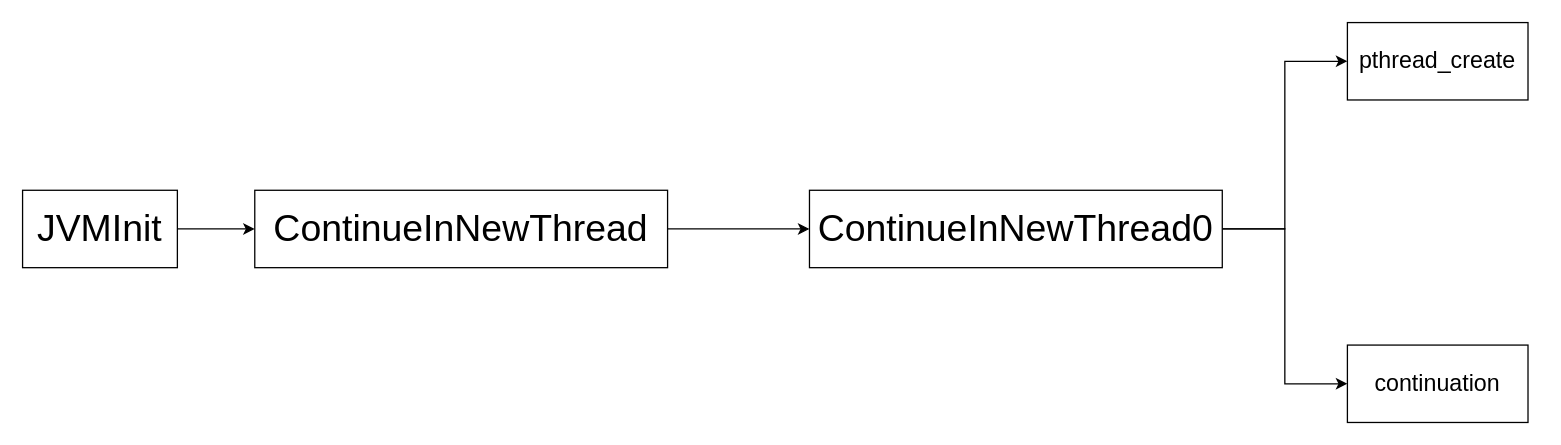
jiang007007/DesignPatterns keeps this draw.io diagram as JVM.drawio. Above is the earlier version. Source tidied: cells renumbered, new cells numbered last; positions are measured from the earlier drawing's top-left corner, leaving out a move shared by most shapes. Both pictures are drawn from the tidied source at 129%, with x=0, y=0 at pixel (22, 22).
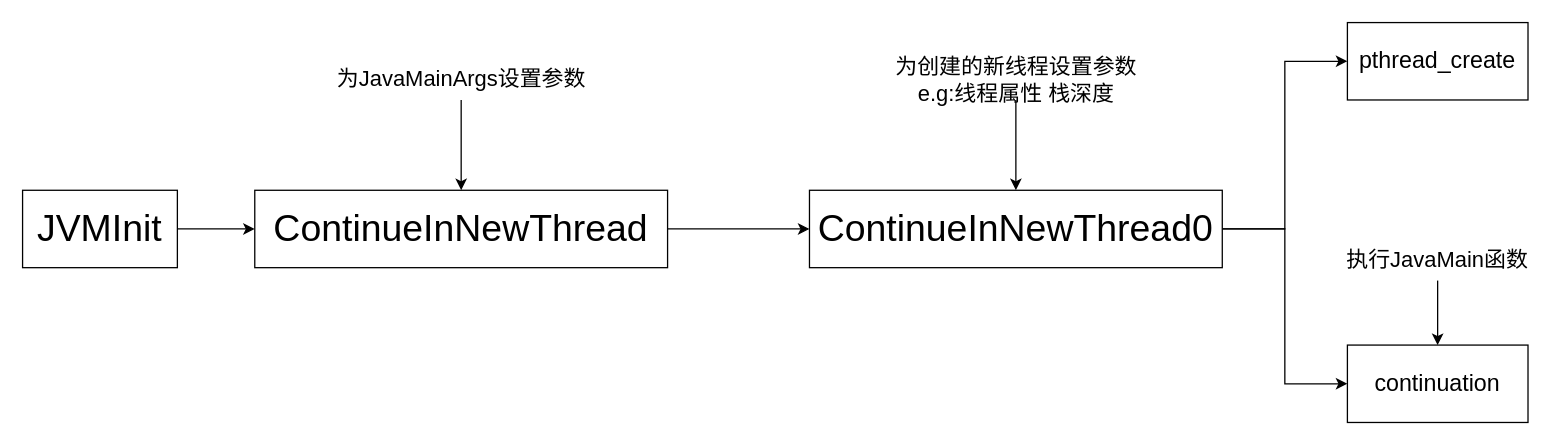
After the change.

Diff of the diagram source:
```diff
@@
 <mxGraphModel>
   <root>
     <mxCell id="0" />
     <mxCell id="1" parent="0" />
     <mxCell id="2" style="edgeStyle=orthogonalEdgeStyle;rounded=0;jettySize=auto;html=1;exitX=1;exitY=0.5;exitDx=0;exitDy=0;" parent="1" edge="1" source="3" target="5">
       <mxGeometry relative="1" as="geometry" />
     </mxCell>
     <mxCell id="3" value="&lt;font style=&quot;font-size: 29px;&quot;&gt;JVMInit&lt;/font&gt;" style="rounded=0;whiteSpace=wrap;html=1;" parent="1" vertex="1">
       <mxGeometry y="130" width="120" height="60" as="geometry" />
     </mxCell>
     <mxCell id="4" style="edgeStyle=orthogonalEdgeStyle;rounded=0;jettySize=auto;html=1;exitX=1;exitY=0.5;exitDx=0;exitDy=0;" parent="1" edge="1" source="5" target="8">
       <mxGeometry relative="1" as="geometry" />
     </mxCell>
     <mxCell id="5" value="&lt;font style=&quot;font-size: 29px;&quot;&gt;ContinueInNewThread&lt;/font&gt;" style="rounded=0;whiteSpace=wrap;html=1;" parent="1" vertex="1">
       <mxGeometry x="180" y="130" width="320" height="60" as="geometry" />
     </mxCell>
     <mxCell id="6" style="edgeStyle=orthogonalEdgeStyle;rounded=0;jettySize=auto;html=1;exitX=1;exitY=0.5;exitDx=0;exitDy=0;entryX=0;entryY=0.5;entryDx=0;entryDy=0;" parent="1" edge="1" source="8" target="9">
       <mxGeometry relative="1" as="geometry" />
     </mxCell>
     <mxCell id="7" style="edgeStyle=orthogonalEdgeStyle;rounded=0;jettySize=auto;html=1;exitX=1;exitY=0.5;exitDx=0;exitDy=0;entryX=0;entryY=0.5;entryDx=0;entryDy=0;" parent="1" edge="1" source="8" target="10">
       <mxGeometry relative="1" as="geometry" />
     </mxCell>
     <mxCell id="8" value="&lt;font style=&quot;font-size: 29px;&quot;&gt;ContinueInNewThread0&lt;/font&gt;" style="rounded=0;whiteSpace=wrap;html=1;" parent="1" vertex="1">
       <mxGeometry x="610" y="130" width="320" height="60" as="geometry" />
     </mxCell>
     <mxCell id="9" value="&lt;font style=&quot;font-size: 18px;&quot;&gt;pthread_create&lt;/font&gt;" style="rounded=0;whiteSpace=wrap;html=1;" parent="1" vertex="1">
       <mxGeometry x="1027" width="140" height="60" as="geometry" />
     </mxCell>
     <mxCell id="10" value="&lt;font style=&quot;font-size: 18px;&quot;&gt;continuation&lt;/font&gt;" style="rounded=0;whiteSpace=wrap;html=1;" parent="1" vertex="1">
       <mxGeometry x="1027" y="250" width="140" height="60" as="geometry" />
     </mxCell>
+    <mxCell id="11" style="edgeStyle=orthogonalEdgeStyle;rounded=0;jettySize=auto;html=1;exitX=0.5;exitY=1;exitDx=0;exitDy=0;" parent="1" edge="1" source="12" target="5">
+      <mxGeometry relative="1" as="geometry" />
+    </mxCell>
+    <mxCell id="12" value="&lt;font style=&quot;font-size: 17px;&quot;&gt;为JavaMainArgs设置参数&lt;/font&gt;" style="text;html=1;strokeColor=none;fillColor=none;align=center;verticalAlign=middle;whiteSpace=wrap;rounded=0;" parent="1" vertex="1">
+      <mxGeometry x="237.5" y="30" width="205" height="30" as="geometry" />
+    </mxCell>
+    <mxCell id="13" style="edgeStyle=orthogonalEdgeStyle;rounded=0;jettySize=auto;html=1;exitX=0.5;exitY=1;exitDx=0;exitDy=0;" parent="1" edge="1" source="14" target="8">
+      <mxGeometry relative="1" as="geometry" />
+    </mxCell>
+    <mxCell id="14" value="&lt;font style=&quot;font-size: 17px;&quot;&gt;为创建的新线程设置参数e.g:线程属性 栈深度&lt;/font&gt;" style="text;html=1;strokeColor=none;fillColor=none;align=center;verticalAlign=middle;whiteSpace=wrap;rounded=0;" parent="1" vertex="1">
+      <mxGeometry x="667.5" y="30" width="205" height="30" as="geometry" />
+    </mxCell>
+    <mxCell id="15" style="edgeStyle=orthogonalEdgeStyle;rounded=0;jettySize=auto;html=1;exitX=0.5;exitY=1;exitDx=0;exitDy=0;" parent="1" edge="1" source="16" target="10">
+      <mxGeometry relative="1" as="geometry" />
+    </mxCell>
+    <mxCell id="16" value="&lt;font style=&quot;font-size: 17px;&quot;&gt;执行JavaMain函数&lt;/font&gt;" style="text;html=1;strokeColor=none;fillColor=none;align=center;verticalAlign=middle;whiteSpace=wrap;rounded=0;" parent="1" vertex="1">
+      <mxGeometry x="1019.2" y="170" width="155.5" height="30" as="geometry" />
+    </mxCell>
   </root>
 </mxGraphModel>
```
